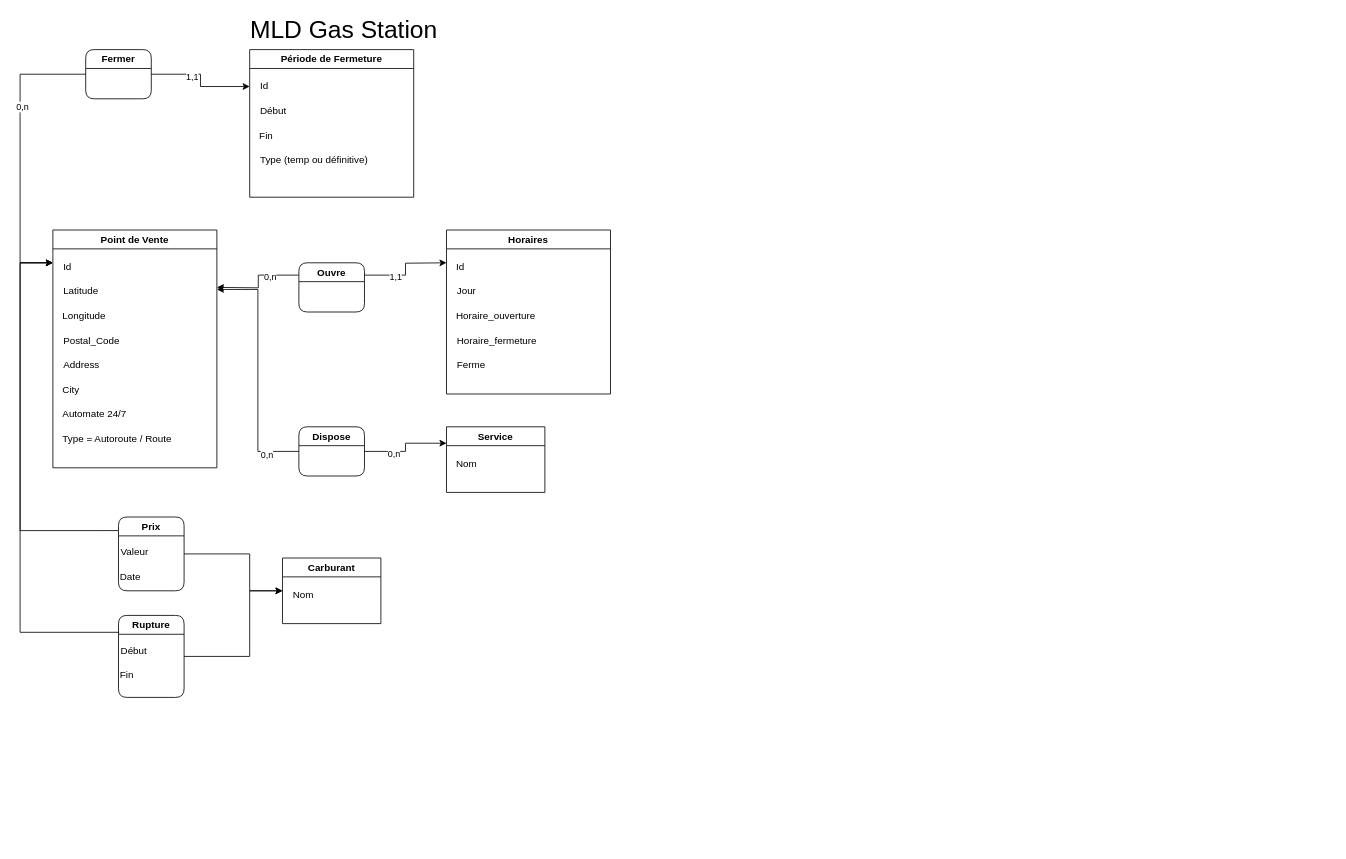
RomainWirth/RomainWirth keeps this draw.io diagram as BDD_PHP_DATAVIZ/MLD-MCD_gas-station.drawio. Above is the earlier version. Source tidied: cells renumbered, new cells numbered last; positions are measured from the earlier drawing's top-left corner, leaving out a move shared by most shapes. Both pictures are drawn from the tidied source at 82%, with x=0, y=0 at pixel (20, 16).
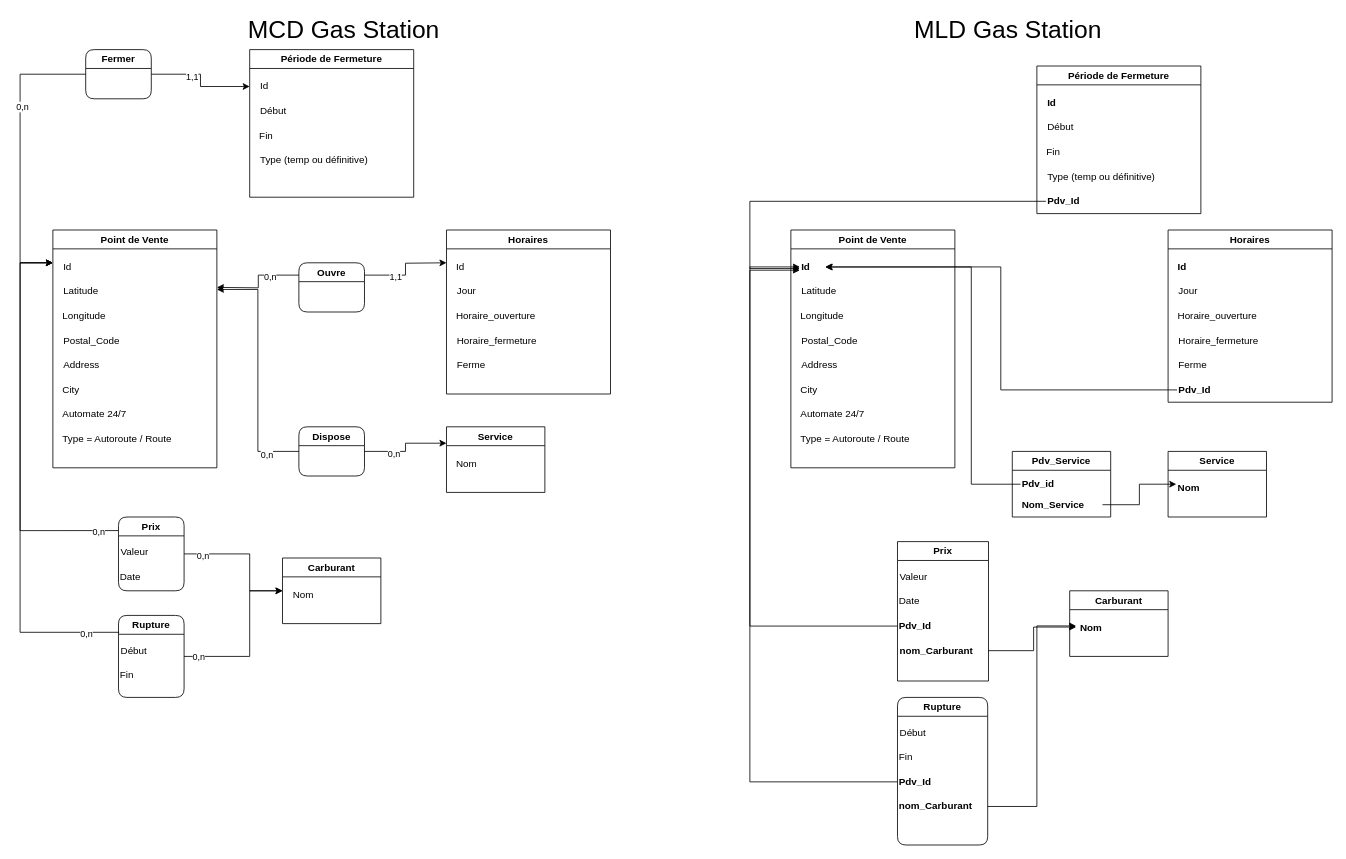
Above is the later version.

Unchanged cells that the change refers to:
```xml
<mxCell id="42" style="edgeStyle=orthogonalEdgeStyle;rounded=0;jettySize=auto;html=1;entryX=0;entryY=0.5;entryDx=0;entryDy=0;" parent="1" edge="1" source="43" target="40">
  <mxGeometry relative="1" as="geometry">
    <Array as="points">
      <mxPoint x="280" y="655" />
      <mxPoint x="280" y="700" />
    </Array>
  </mxGeometry>
</mxCell>
<mxCell id="46" style="edgeStyle=orthogonalEdgeStyle;rounded=0;jettySize=auto;html=1;" parent="1" edge="1" source="47">
  <mxGeometry relative="1" as="geometry">
    <mxPoint x="320" y="700" as="targetPoint" />
    <Array as="points">
      <mxPoint x="280" y="780" />
      <mxPoint x="280" y="700" />
    </Array>
  </mxGeometry>
</mxCell>
<mxCell id="50" style="edgeStyle=orthogonalEdgeStyle;rounded=0;jettySize=auto;html=1;exitX=0.01;exitY=0.206;exitDx=0;exitDy=0;exitPerimeter=0;" parent="1" edge="1" source="47">
  <mxGeometry relative="1" as="geometry">
    <mxPoint x="40" y="300" as="targetPoint" />
    <Array as="points">
      <mxPoint y="751" />
      <mxPoint y="300" />
    </Array>
  </mxGeometry>
</mxCell>
<mxCell id="51" style="edgeStyle=orthogonalEdgeStyle;rounded=0;jettySize=auto;html=1;exitX=-0.005;exitY=0.184;exitDx=0;exitDy=0;exitPerimeter=0;" parent="1" edge="1" source="43">
  <mxGeometry relative="1" as="geometry">
    <mxPoint x="40" y="300" as="targetPoint" />
    <Array as="points">
      <mxPoint y="627" />
      <mxPoint y="300" />
    </Array>
  </mxGeometry>
</mxCell>
```

The edit, as a diff of the source:
```diff
@@
-    <mxCell id="2" value="&lt;font style=&quot;font-size: 30px;&quot;&gt;MLD Gas Station&lt;/font&gt;" style="text;html=1;strokeColor=none;fillColor=none;align=center;verticalAlign=middle;whiteSpace=wrap;rounded=0;" parent="1" vertex="1">
+    <mxCell id="2" value="&lt;font style=&quot;font-size: 30px;&quot;&gt;MCD Gas Station&lt;/font&gt;" style="text;html=1;strokeColor=none;fillColor=none;align=center;verticalAlign=middle;whiteSpace=wrap;rounded=0;" parent="1" vertex="1">
       <mxGeometry x="270" width="250" height="30" as="geometry" />
     </mxCell>
@@
+    <mxCell id="52" value="0,n" style="edgeLabel;html=1;align=center;verticalAlign=middle;" parent="42" vertex="1">
+      <mxGeometry x="-0.73" y="-2" relative="1" as="geometry" />
+    </mxCell>
@@
+    <mxCell id="53" value="0,n" style="edgeLabel;html=1;align=center;verticalAlign=middle;" parent="46" vertex="1">
+      <mxGeometry x="-0.83" relative="1" as="geometry" />
+    </mxCell>
@@
+    <mxCell id="54" value="0,n" style="edgeLabel;html=1;align=center;verticalAlign=middle;" parent="50" vertex="1">
+      <mxGeometry x="-0.87" y="2" relative="1" as="geometry" />
+    </mxCell>
@@
+    <mxCell id="55" value="0,n" style="edgeLabel;html=1;align=center;verticalAlign=middle;" parent="51" vertex="1">
+      <mxGeometry x="-0.9" y="1" relative="1" as="geometry" />
+    </mxCell>
+    <mxCell id="56" value="Point de Vente" style="swimlane;whiteSpace=wrap;html=1;" parent="1" vertex="1">
+      <mxGeometry x="940" y="260" width="200" height="290" as="geometry" />
+    </mxCell>
+    <mxCell id="57" value="&lt;div align=&quot;left&quot;&gt;Latitude&lt;/div&gt;" style="text;html=1;align=left;verticalAlign=middle;strokeColor=none;fillColor=none;" parent="56" vertex="1">
+      <mxGeometry x="11" y="60" width="70" height="30" as="geometry" />
+    </mxCell>
+    <mxCell id="58" value="Longitude" style="text;html=1;align=left;verticalAlign=middle;strokeColor=none;fillColor=none;" parent="56" vertex="1">
+      <mxGeometry x="10" y="90" width="80" height="30" as="geometry" />
+    </mxCell>
+    <mxCell id="59" value="Postal_Code" style="text;html=1;align=left;verticalAlign=middle;strokeColor=none;fillColor=none;" parent="56" vertex="1">
+      <mxGeometry x="11" y="120" width="90" height="30" as="geometry" />
+    </mxCell>
+    <mxCell id="60" value="Address" style="text;html=1;align=left;verticalAlign=middle;strokeColor=none;fillColor=none;" parent="56" vertex="1">
+      <mxGeometry x="11" y="150" width="70" height="30" as="geometry" />
+    </mxCell>
+    <mxCell id="61" value="City" style="text;html=1;align=left;verticalAlign=middle;strokeColor=none;fillColor=none;" parent="56" vertex="1">
+      <mxGeometry x="10" y="180" width="40" height="30" as="geometry" />
+    </mxCell>
+    <mxCell id="62" value="Automate 24/7" style="text;html=1;align=left;verticalAlign=middle;strokeColor=none;fillColor=none;" parent="56" vertex="1">
+      <mxGeometry x="10" y="210" width="100" height="30" as="geometry" />
+    </mxCell>
+    <mxCell id="63" value="&lt;div&gt;Type = Autoroute / Route&lt;/div&gt;" style="text;html=1;align=left;verticalAlign=middle;strokeColor=none;fillColor=none;" parent="56" vertex="1">
+      <mxGeometry x="10" y="240" width="160" height="30" as="geometry" />
+    </mxCell>
+    <mxCell id="64" value="&lt;div align=&quot;left&quot;&gt;&lt;b&gt;Id&lt;/b&gt;&lt;/div&gt;" style="text;html=1;align=left;verticalAlign=middle;points=[];strokeColor=none;fillColor=none;" parent="56" vertex="1">
+      <mxGeometry x="11" y="30" width="30" height="30" as="geometry" />
+    </mxCell>
+    <mxCell id="65" value="&lt;font style=&quot;font-size: 30px;&quot;&gt;MLD Gas Station&lt;/font&gt;" style="text;html=1;strokeColor=none;fillColor=none;align=center;verticalAlign=middle;whiteSpace=wrap;rounded=0;" parent="1" vertex="1">
+      <mxGeometry x="1080" width="250" height="30" as="geometry" />
+    </mxCell>
+    <mxCell id="66" value="Période de Fermeture" style="swimlane;whiteSpace=wrap;html=1;" parent="1" vertex="1">
+      <mxGeometry x="1240" y="60" width="200" height="180" as="geometry" />
+    </mxCell>
+    <mxCell id="67" value="Début" style="text;html=1;align=left;verticalAlign=middle;strokeColor=none;fillColor=none;" parent="66" vertex="1">
+      <mxGeometry x="11" y="60" width="60" height="30" as="geometry" />
+    </mxCell>
+    <mxCell id="68" value="Fin" style="text;html=1;align=left;verticalAlign=middle;strokeColor=none;fillColor=none;" parent="66" vertex="1">
+      <mxGeometry x="10" y="90" width="40" height="30" as="geometry" />
+    </mxCell>
+    <mxCell id="69" value="Type (temp ou définitive)" style="text;html=1;align=left;verticalAlign=middle;strokeColor=none;fillColor=none;" parent="66" vertex="1">
+      <mxGeometry x="11" y="120" width="150" height="30" as="geometry" />
+    </mxCell>
+    <mxCell id="70" value="&lt;div align=&quot;left&quot;&gt;&lt;b&gt;Id&lt;/b&gt;&lt;/div&gt;" style="text;html=1;align=left;verticalAlign=middle;strokeColor=none;fillColor=none;" parent="66" vertex="1">
+      <mxGeometry x="11" y="30" width="30" height="30" as="geometry" />
+    </mxCell>
+    <mxCell id="71" value="&lt;b&gt;Pdv_Id&lt;/b&gt;" style="text;html=1;align=left;verticalAlign=middle;points=[];strokeColor=none;fillColor=none;" parent="66" vertex="1">
+      <mxGeometry x="11" y="150" width="60" height="30" as="geometry" />
+    </mxCell>
+    <mxCell id="72" style="edgeStyle=orthogonalEdgeStyle;rounded=0;jettySize=auto;html=1;" parent="1" edge="1" source="71" target="64">
+      <mxGeometry relative="1" as="geometry">
+        <Array as="points">
+          <mxPoint x="890" y="225" />
+          <mxPoint x="890" y="307" />
+        </Array>
+      </mxGeometry>
+    </mxCell>
+    <mxCell id="73" value="Horaires" style="swimlane;whiteSpace=wrap;html=1;" parent="1" vertex="1">
+      <mxGeometry x="1400" y="260" width="200" height="210" as="geometry" />
+    </mxCell>
+    <mxCell id="74" value="Jour" style="text;html=1;align=left;verticalAlign=middle;strokeColor=none;fillColor=none;" parent="73" vertex="1">
+      <mxGeometry x="11" y="60" width="50" height="30" as="geometry" />
+    </mxCell>
+    <mxCell id="75" value="Horaire_ouverture" style="text;html=1;align=left;verticalAlign=middle;strokeColor=none;fillColor=none;" parent="73" vertex="1">
+      <mxGeometry x="10" y="90" width="120" height="30" as="geometry" />
+    </mxCell>
+    <mxCell id="76" value="Horaire_fermeture" style="text;html=1;align=left;verticalAlign=middle;strokeColor=none;fillColor=none;" parent="73" vertex="1">
+      <mxGeometry x="11" y="120" width="120" height="30" as="geometry" />
+    </mxCell>
+    <mxCell id="77" value="Ferme" style="text;html=1;align=left;verticalAlign=middle;strokeColor=none;fillColor=none;" parent="73" vertex="1">
+      <mxGeometry x="11" y="150" width="60" height="30" as="geometry" />
+    </mxCell>
+    <mxCell id="78" value="&lt;b&gt;Id&lt;/b&gt;" style="text;html=1;align=left;verticalAlign=middle;strokeColor=none;fillColor=none;" parent="73" vertex="1">
+      <mxGeometry x="10" y="30" width="30" height="30" as="geometry" />
+    </mxCell>
+    <mxCell id="79" value="&lt;b&gt;Pdv_Id&lt;/b&gt;" style="text;html=1;align=left;verticalAlign=middle;points=[];strokeColor=none;fillColor=none;" parent="73" vertex="1">
+      <mxGeometry x="11" y="180" width="60" height="30" as="geometry" />
+    </mxCell>
+    <mxCell id="80" style="edgeStyle=orthogonalEdgeStyle;rounded=0;jettySize=auto;html=1;entryX=1.023;entryY=0.501;entryDx=0;entryDy=0;entryPerimeter=0;" parent="1" edge="1" source="79" target="64">
+      <mxGeometry relative="1" as="geometry" />
+    </mxCell>
+    <mxCell id="81" value="Service" style="swimlane;whiteSpace=wrap;html=1;" parent="1" vertex="1">
+      <mxGeometry x="1400" y="530" width="120" height="80" as="geometry" />
+    </mxCell>
+    <mxCell id="82" value="&lt;b&gt;Nom&lt;/b&gt;" style="text;html=1;align=left;verticalAlign=middle;points=[];strokeColor=none;fillColor=none;" parent="81" vertex="1">
+      <mxGeometry x="10" y="30" width="50" height="30" as="geometry" />
+    </mxCell>
+    <mxCell id="83" value="Pdv_Service" style="swimlane;whiteSpace=wrap;html=1;" parent="1" vertex="1">
+      <mxGeometry x="1210" y="530" width="120" height="80" as="geometry" />
+    </mxCell>
+    <mxCell id="84" value="&lt;b&gt;Pdv_id&lt;/b&gt;" style="text;html=1;align=left;verticalAlign=middle;points=[];strokeColor=none;fillColor=none;" parent="83" vertex="1">
+      <mxGeometry x="10" y="25" width="60" height="30" as="geometry" />
+    </mxCell>
+    <mxCell id="85" value="&lt;b&gt;Nom_Service&lt;/b&gt;" style="text;html=1;align=left;verticalAlign=middle;points=[];strokeColor=none;fillColor=none;" parent="83" vertex="1">
+      <mxGeometry x="10" y="50" width="100" height="30" as="geometry" />
+    </mxCell>
+    <mxCell id="86" style="edgeStyle=orthogonalEdgeStyle;rounded=0;jettySize=auto;html=1;entryX=0;entryY=0.333;entryDx=0;entryDy=0;entryPerimeter=0;" parent="1" edge="1" source="85" target="82">
+      <mxGeometry relative="1" as="geometry" />
+    </mxCell>
+    <mxCell id="87" style="edgeStyle=orthogonalEdgeStyle;rounded=0;jettySize=auto;html=1;entryX=1.051;entryY=0.504;entryDx=0;entryDy=0;entryPerimeter=0;" parent="1" edge="1" source="84" target="64">
+      <mxGeometry relative="1" as="geometry">
+        <Array as="points">
+          <mxPoint x="1160" y="570" />
+          <mxPoint x="1160" y="305" />
+        </Array>
+      </mxGeometry>
+    </mxCell>
+    <mxCell id="88" value="Carburant" style="swimlane;whiteSpace=wrap;html=1;" parent="1" vertex="1">
+      <mxGeometry x="1280" y="700" width="120" height="80" as="geometry" />
+    </mxCell>
+    <mxCell id="89" value="&lt;b&gt;Nom&lt;/b&gt;" style="text;html=1;align=left;verticalAlign=middle;points=[];strokeColor=none;fillColor=none;" parent="88" vertex="1">
+      <mxGeometry x="11" y="30" width="50" height="30" as="geometry" />
+    </mxCell>
+    <mxCell id="90" value="Prix" style="swimlane;whiteSpace=wrap;html=1;rounded=0;startSize=23;" parent="1" vertex="1">
+      <mxGeometry x="1070" y="640" width="111" height="170" as="geometry" />
+    </mxCell>
+    <mxCell id="91" value="Date" style="text;html=1;align=left;verticalAlign=middle;strokeColor=none;fillColor=none;" parent="90" vertex="1">
+      <mxGeometry y="58" width="50" height="30" as="geometry" />
+    </mxCell>
+    <mxCell id="92" value="Valeur" style="text;html=1;align=left;verticalAlign=middle;strokeColor=none;fillColor=none;" parent="90" vertex="1">
+      <mxGeometry x="1" y="28" width="60" height="30" as="geometry" />
+    </mxCell>
+    <mxCell id="93" value="&lt;b&gt;Pdv_Id&lt;/b&gt;" style="text;html=1;align=left;verticalAlign=middle;points=[];strokeColor=none;fillColor=none;" parent="90" vertex="1">
+      <mxGeometry y="88" width="60" height="30" as="geometry" />
+    </mxCell>
+    <mxCell id="94" value="&lt;b&gt;nom_Carburant&lt;/b&gt;" style="text;html=1;align=left;verticalAlign=middle;points=[];strokeColor=none;fillColor=none;" parent="90" vertex="1">
+      <mxGeometry x="1" y="118" width="110" height="30" as="geometry" />
+    </mxCell>
+    <mxCell id="95" style="edgeStyle=orthogonalEdgeStyle;rounded=0;jettySize=auto;html=1;" parent="1" edge="1" source="93" target="64">
+      <mxGeometry relative="1" as="geometry">
+        <Array as="points">
+          <mxPoint x="890" y="743" />
+          <mxPoint x="890" y="305" />
+        </Array>
+      </mxGeometry>
+    </mxCell>
+    <mxCell id="96" style="edgeStyle=orthogonalEdgeStyle;rounded=0;jettySize=auto;html=1;entryX=-0.063;entryY=0.474;entryDx=0;entryDy=0;entryPerimeter=0;" parent="1" edge="1" source="94" target="89">
+      <mxGeometry relative="1" as="geometry" />
+    </mxCell>
+    <mxCell id="97" value="Rupture" style="swimlane;whiteSpace=wrap;html=1;rounded=1;" parent="1" vertex="1">
+      <mxGeometry x="1070" y="830" width="110" height="180" as="geometry" />
+    </mxCell>
+    <mxCell id="98" value="Fin" style="text;html=1;align=left;verticalAlign=middle;strokeColor=none;fillColor=none;" parent="97" vertex="1">
+      <mxGeometry y="58" width="40" height="30" as="geometry" />
+    </mxCell>
+    <mxCell id="99" value="Début" style="text;html=1;align=left;verticalAlign=middle;strokeColor=none;fillColor=none;" parent="97" vertex="1">
+      <mxGeometry x="1" y="28" width="60" height="30" as="geometry" />
+    </mxCell>
+    <mxCell id="100" value="&lt;b&gt;Pdv_Id&lt;/b&gt;" style="text;html=1;align=left;verticalAlign=middle;points=[];strokeColor=none;fillColor=none;" parent="97" vertex="1">
+      <mxGeometry y="88" width="60" height="30" as="geometry" />
+    </mxCell>
+    <mxCell id="101" value="&lt;b&gt;nom_Carburant&lt;/b&gt;" style="text;html=1;align=left;verticalAlign=middle;points=[];strokeColor=none;fillColor=none;" parent="97" vertex="1">
+      <mxGeometry y="118" width="110" height="30" as="geometry" />
+    </mxCell>
+    <mxCell id="102" style="edgeStyle=orthogonalEdgeStyle;rounded=0;jettySize=auto;html=1;entryX=-0.063;entryY=0.428;entryDx=0;entryDy=0;entryPerimeter=0;" parent="1" edge="1" source="101" target="89">
+      <mxGeometry relative="1" as="geometry">
+        <Array as="points">
+          <mxPoint x="1240" y="963" />
+          <mxPoint x="1240" y="743" />
+        </Array>
+      </mxGeometry>
+    </mxCell>
+    <mxCell id="103" style="edgeStyle=orthogonalEdgeStyle;rounded=0;jettySize=auto;html=1;" parent="1" edge="1" source="100" target="64">
+      <mxGeometry relative="1" as="geometry">
+        <Array as="points">
+          <mxPoint x="890" y="933" />
+          <mxPoint x="890" y="309" />
+        </Array>
+      </mxGeometry>
+    </mxCell>
```
